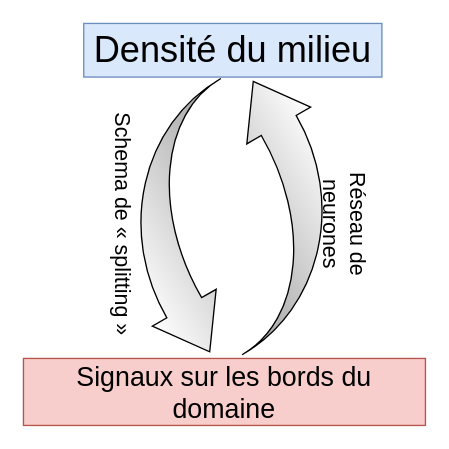
This is page "Page-1" (1 of 2) of doc/presentation/Figures/ProblemeInverse.drawio from ddrous/projet-inverse-2d, a draw.io file, before an edit. Source tidied: cells renumbered, new cells numbered last; positions are measured from the earlier drawing's top-left corner, leaving out a move shared by most shapes. Both pictures are drawn from the tidied source at 134%, with x=0, y=0 at pixel (3, 23).
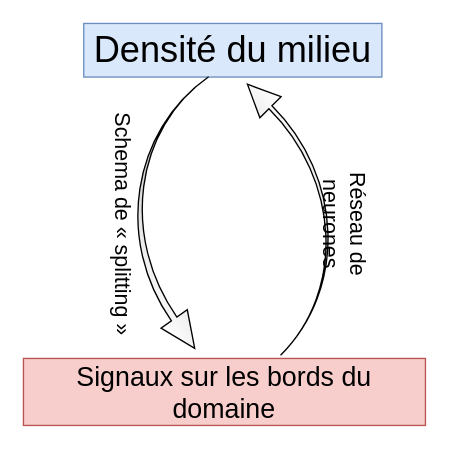
The same page after the edit.

Change to the diagram source:
```diff
@@
 <mxGraphModel>
   <root>
     <mxCell id="0" />
     <mxCell id="1" parent="0" />
     <mxCell id="2" value="&lt;font face=&quot;Iwona&quot; style=&quot;font-size: 27px&quot;&gt;Densité du milieu&lt;/font&gt;" style="text;html=1;strokeColor=#6c8ebf;fillColor=#dae8fc;align=center;verticalAlign=middle;whiteSpace=wrap;rounded=0;" parent="1" vertex="1">
       <mxGeometry x="60" width="222.5" height="40" as="geometry" />
     </mxCell>
     <mxCell id="3" value="&lt;font face=&quot;Iwona&quot; style=&quot;font-size: 20px&quot;&gt;Signaux sur les bords du domaine&lt;/font&gt;" style="text;html=1;strokeColor=#b85450;fillColor=#f8cecc;align=center;verticalAlign=middle;whiteSpace=wrap;rounded=0;" parent="1" vertex="1">
       <mxGeometry x="15" y="250" width="300" height="50" as="geometry" />
     </mxCell>
     <mxCell id="4" value="&lt;font style=&quot;font-size: 16px&quot; face=&quot;Iwona&quot;&gt;Schema de « splitting »&lt;/font&gt;" style="text;html=1;strokeColor=none;fillColor=none;align=center;verticalAlign=middle;whiteSpace=wrap;rounded=0;rotation=90;" parent="1" vertex="1">
       <mxGeometry y="140" width="180" height="20" as="geometry" />
     </mxCell>
-    <mxCell id="5" style="html=1;shadow=0;dashed=0;align=center;verticalAlign=middle;shape=mxgraph.arrows2.jumpInArrow;dy=15;dx=38;arrowHead=55;rotation=60;direction=east;flipV=1;flipH=0;gradientColor=#999999;" parent="1" vertex="1">
-      <mxGeometry x="60" y="81.6" width="172.5" height="136.7" as="geometry" />
+    <mxCell id="5" style="html=1;shadow=0;dashed=0;align=center;verticalAlign=middle;shape=mxgraph.arrows2.jumpInArrow;dy=2.5;dx=26.73;arrowHead=23.93;rotation=55;direction=east;flipV=1;flipH=0;gradientColor=#999999;" parent="1" vertex="1">
+      <mxGeometry x="63.1" y="76.2" width="160" height="136.7" as="geometry" />
     </mxCell>
-    <mxCell id="6" style="html=1;shadow=0;dashed=0;align=center;verticalAlign=middle;shape=mxgraph.arrows2.jumpInArrow;dy=15;dx=38;arrowHead=55;rotation=60;direction=west;flipV=1;flipH=0;gradientColor=#FFFFFF;fillColor=#999999;gradientDirection=north;" parent="1" vertex="1">
-      <mxGeometry x="108" y="70" width="172.5" height="136.7" as="geometry" />
+    <mxCell id="6" style="html=1;shadow=0;dashed=0;align=center;verticalAlign=middle;shape=mxgraph.arrows2.jumpInArrow;dy=1.57;dx=24.3;arrowHead=22.32;rotation=45;direction=west;flipV=1;flipH=0;gradientColor=#FFFFFF;fillColor=#999999;gradientDirection=north;" parent="1" vertex="1">
+      <mxGeometry x="118.2" y="74.2" width="160.5" height="136.7" as="geometry" />
     </mxCell>
     <mxCell id="7" value="&lt;font style=&quot;font-size: 16px&quot; face=&quot;Iwona&quot;&gt;Réseau de neurones&lt;/font&gt;" style="text;html=1;strokeColor=none;fillColor=none;align=center;verticalAlign=middle;whiteSpace=wrap;rounded=0;rotation=90;" parent="1" vertex="1">
       <mxGeometry x="180" y="140" width="150" height="20" as="geometry" />
     </mxCell>
   </root>
 </mxGraphModel>
```
